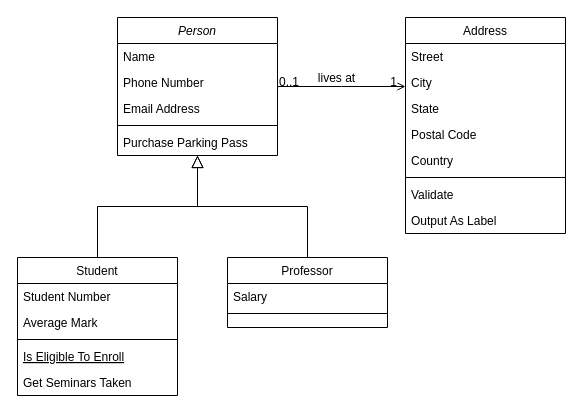
RemigiuszWoj/Harmonogram_APP keeps this draw.io diagram as Untitled Diagram.drawio. Above is the earlier version. Source tidied: cells renumbered, new cells numbered last; positions are measured from the earlier drawing's top-left corner, leaving out a move shared by most shapes. Both pictures are drawn from the tidied source at 100%, with x=0, y=0 at pixel (17, 17).
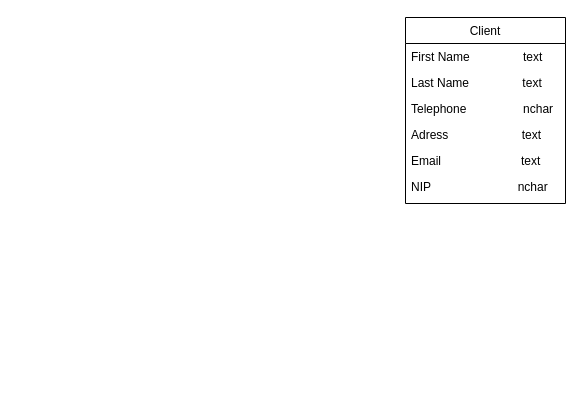
The same page after the edit.

What changed in the source:
```diff
@@
-    <mxCell id="2" value="Person" style="swimlane;fontStyle=2;align=center;verticalAlign=top;horizontal=1;startSize=26;rounded=0;shadow=0;strokeWidth=1;" parent="1" vertex="1">
-      <mxGeometry x="100" width="160" height="138" as="geometry" />
-    </mxCell>
-    <mxCell id="3" value="Name" style="text;align=left;verticalAlign=top;spacingLeft=4;spacingRight=4;overflow=hidden;" parent="2" vertex="1">
-      <mxGeometry y="26" width="160" height="26" as="geometry" />
-    </mxCell>
-    <mxCell id="4" value="Phone Number" style="text;align=left;verticalAlign=top;spacingLeft=4;spacingRight=4;overflow=hidden;rounded=0;shadow=0;html=0;" parent="2" vertex="1">
-      <mxGeometry y="52" width="160" height="26" as="geometry" />
-    </mxCell>
-    <mxCell id="5" value="Email Address" style="text;align=left;verticalAlign=top;spacingLeft=4;spacingRight=4;overflow=hidden;rounded=0;shadow=0;html=0;" parent="2" vertex="1">
-      <mxGeometry y="78" width="160" height="26" as="geometry" />
-    </mxCell>
-    <mxCell id="6" style="line;html=1;strokeWidth=1;align=left;verticalAlign=middle;spacingTop=-1;spacingLeft=3;spacingRight=3;labelPosition=right;" parent="2" vertex="1">
-      <mxGeometry y="104" width="160" height="8" as="geometry" />
-    </mxCell>
-    <mxCell id="7" value="Purchase Parking Pass" style="text;align=left;verticalAlign=top;spacingLeft=4;spacingRight=4;overflow=hidden;" parent="2" vertex="1">
-      <mxGeometry y="112" width="160" height="26" as="geometry" />
-    </mxCell>
-    <mxCell id="8" value="Student" style="swimlane;fontStyle=0;align=center;verticalAlign=top;horizontal=1;startSize=26;rounded=0;shadow=0;strokeWidth=1;" parent="1" vertex="1">
-      <mxGeometry y="240" width="160" height="138" as="geometry" />
-    </mxCell>
-    <mxCell id="9" value="Student Number" style="text;align=left;verticalAlign=top;spacingLeft=4;spacingRight=4;overflow=hidden;" parent="8" vertex="1">
-      <mxGeometry y="26" width="160" height="26" as="geometry" />
-    </mxCell>
-    <mxCell id="10" value="Average Mark" style="text;align=left;verticalAlign=top;spacingLeft=4;spacingRight=4;overflow=hidden;rounded=0;shadow=0;html=0;" parent="8" vertex="1">
-      <mxGeometry y="52" width="160" height="26" as="geometry" />
-    </mxCell>
-    <mxCell id="11" style="line;html=1;strokeWidth=1;align=left;verticalAlign=middle;spacingTop=-1;spacingLeft=3;spacingRight=3;labelPosition=right;" parent="8" vertex="1">
-      <mxGeometry y="78" width="160" height="8" as="geometry" />
-    </mxCell>
-    <mxCell id="12" value="Is Eligible To Enroll" style="text;align=left;verticalAlign=top;spacingLeft=4;spacingRight=4;overflow=hidden;fontStyle=4;" parent="8" vertex="1">
-      <mxGeometry y="86" width="160" height="26" as="geometry" />
-    </mxCell>
-    <mxCell id="13" value="Get Seminars Taken" style="text;align=left;verticalAlign=top;spacingLeft=4;spacingRight=4;overflow=hidden;" parent="8" vertex="1">
-      <mxGeometry y="112" width="160" height="26" as="geometry" />
-    </mxCell>
-    <mxCell id="14" style="endArrow=block;endSize=10;endFill=0;shadow=0;strokeWidth=1;rounded=0;edgeStyle=elbowEdgeStyle;elbow=vertical;" parent="1" edge="1" source="8" target="2">
-      <mxGeometry relative="1" as="geometry" />
-    </mxCell>
-    <mxCell id="15" value="Professor" style="swimlane;fontStyle=0;align=center;verticalAlign=top;horizontal=1;startSize=26;rounded=0;shadow=0;strokeWidth=1;" parent="1" vertex="1">
-      <mxGeometry x="210" y="240" width="160" height="70" as="geometry" />
-    </mxCell>
-    <mxCell id="16" value="Salary" style="text;align=left;verticalAlign=top;spacingLeft=4;spacingRight=4;overflow=hidden;" parent="15" vertex="1">
-      <mxGeometry y="26" width="160" height="26" as="geometry" />
-    </mxCell>
-    <mxCell id="17" style="line;html=1;strokeWidth=1;align=left;verticalAlign=middle;spacingTop=-1;spacingLeft=3;spacingRight=3;labelPosition=right;" parent="15" vertex="1">
-      <mxGeometry y="52" width="160" height="8" as="geometry" />
-    </mxCell>
-    <mxCell id="18" style="endArrow=block;endSize=10;endFill=0;shadow=0;strokeWidth=1;rounded=0;edgeStyle=elbowEdgeStyle;elbow=vertical;" parent="1" edge="1" source="15" target="2">
-      <mxGeometry relative="1" as="geometry" />
-    </mxCell>
-    <mxCell id="19" value="Address" style="swimlane;fontStyle=0;align=center;verticalAlign=top;horizontal=1;startSize=26;rounded=0;shadow=0;strokeWidth=1;" parent="1" vertex="1">
-      <mxGeometry x="388" width="160" height="216" as="geometry" />
+    <mxCell id="19" value="Client" style="swimlane;fontStyle=0;align=center;verticalAlign=top;horizontal=1;startSize=26;rounded=0;shadow=0;strokeWidth=1;" parent="1" vertex="1">
+      <mxGeometry x="388" width="160" height="186" as="geometry" />
     </mxCell>
-    <mxCell id="20" value="Street" style="text;align=left;verticalAlign=top;spacingLeft=4;spacingRight=4;overflow=hidden;" parent="19" vertex="1">
+    <mxCell id="20" value="First Name                text" style="text;align=left;verticalAlign=top;spacingLeft=4;spacingRight=4;overflow=hidden;" parent="19" vertex="1">
       <mxGeometry y="26" width="160" height="26" as="geometry" />
     </mxCell>
-    <mxCell id="21" value="City" style="text;align=left;verticalAlign=top;spacingLeft=4;spacingRight=4;overflow=hidden;rounded=0;shadow=0;html=0;" parent="19" vertex="1">
+    <mxCell id="21" value="Last Name                text" style="text;align=left;verticalAlign=top;spacingLeft=4;spacingRight=4;overflow=hidden;rounded=0;shadow=0;html=0;" parent="19" vertex="1">
       <mxGeometry y="52" width="160" height="26" as="geometry" />
     </mxCell>
-    <mxCell id="22" value="State" style="text;align=left;verticalAlign=top;spacingLeft=4;spacingRight=4;overflow=hidden;rounded=0;shadow=0;html=0;" parent="19" vertex="1">
+    <mxCell id="22" value="Telephone                 nchar" style="text;align=left;verticalAlign=top;spacingLeft=4;spacingRight=4;overflow=hidden;rounded=0;shadow=0;html=0;" parent="19" vertex="1">
       <mxGeometry y="78" width="160" height="26" as="geometry" />
     </mxCell>
-    <mxCell id="23" value="Postal Code" style="text;align=left;verticalAlign=top;spacingLeft=4;spacingRight=4;overflow=hidden;rounded=0;shadow=0;html=0;" parent="19" vertex="1">
+    <mxCell id="23" value="Adress                      text" style="text;align=left;verticalAlign=top;spacingLeft=4;spacingRight=4;overflow=hidden;rounded=0;shadow=0;html=0;" parent="19" vertex="1">
       <mxGeometry y="104" width="160" height="26" as="geometry" />
     </mxCell>
-    <mxCell id="24" value="Country" style="text;align=left;verticalAlign=top;spacingLeft=4;spacingRight=4;overflow=hidden;rounded=0;shadow=0;html=0;" parent="19" vertex="1">
+    <mxCell id="24" value="Email                        text" style="text;align=left;verticalAlign=top;spacingLeft=4;spacingRight=4;overflow=hidden;rounded=0;shadow=0;html=0;" parent="19" vertex="1">
       <mxGeometry y="130" width="160" height="26" as="geometry" />
     </mxCell>
-    <mxCell id="25" style="line;html=1;strokeWidth=1;align=left;verticalAlign=middle;spacingTop=-1;spacingLeft=3;spacingRight=3;labelPosition=right;" parent="19" vertex="1">
-      <mxGeometry y="156" width="160" height="8" as="geometry" />
-    </mxCell>
-    <mxCell id="26" value="Validate" style="text;align=left;verticalAlign=top;spacingLeft=4;spacingRight=4;overflow=hidden;" parent="19" vertex="1">
-      <mxGeometry y="164" width="160" height="26" as="geometry" />
+    <mxCell id="26" value="NIP                          nchar" style="text;align=left;verticalAlign=top;spacingLeft=4;spacingRight=4;overflow=hidden;" parent="19" vertex="1">
+      <mxGeometry y="156" width="160" height="30" as="geometry" />
     </mxCell>
-    <mxCell id="27" value="Output As Label" style="text;align=left;verticalAlign=top;spacingLeft=4;spacingRight=4;overflow=hidden;" parent="19" vertex="1">
-      <mxGeometry y="190" width="160" height="26" as="geometry" />
-    </mxCell>
-    <mxCell id="28" style="endArrow=open;shadow=0;strokeWidth=1;rounded=0;endFill=1;edgeStyle=elbowEdgeStyle;elbow=vertical;" parent="1" edge="1" source="2" target="19">
-      <mxGeometry x="0.5" y="41" relative="1" as="geometry">
-        <mxPoint x="-40" y="32" as="offset" />
-      </mxGeometry>
-    </mxCell>
-    <mxCell id="29" value="0..1" style="align=left;verticalAlign=bottom;labelBackgroundColor=none;fontSize=12;" parent="28" vertex="1">
-      <mxGeometry x="-1" relative="1" as="geometry">
-        <mxPoint y="4" as="offset" />
-      </mxGeometry>
-    </mxCell>
-    <mxCell id="30" value="1" style="align=right;verticalAlign=bottom;labelBackgroundColor=none;fontSize=12;" parent="28" vertex="1">
-      <mxGeometry x="1" relative="1" as="geometry">
-        <mxPoint x="-7" y="4" as="offset" />
-      </mxGeometry>
-    </mxCell>
-    <mxCell id="31" value="lives at" style="text;html=1;align=center;verticalAlign=middle;labelBackgroundColor=none;rounded=0;shadow=0;strokeWidth=1;fontSize=12;" parent="28" vertex="1">
-      <mxGeometry x="0.5" y="49" relative="1" as="geometry">
-        <mxPoint x="-38" y="40" as="offset" />
-      </mxGeometry>
-    </mxCell>
```
